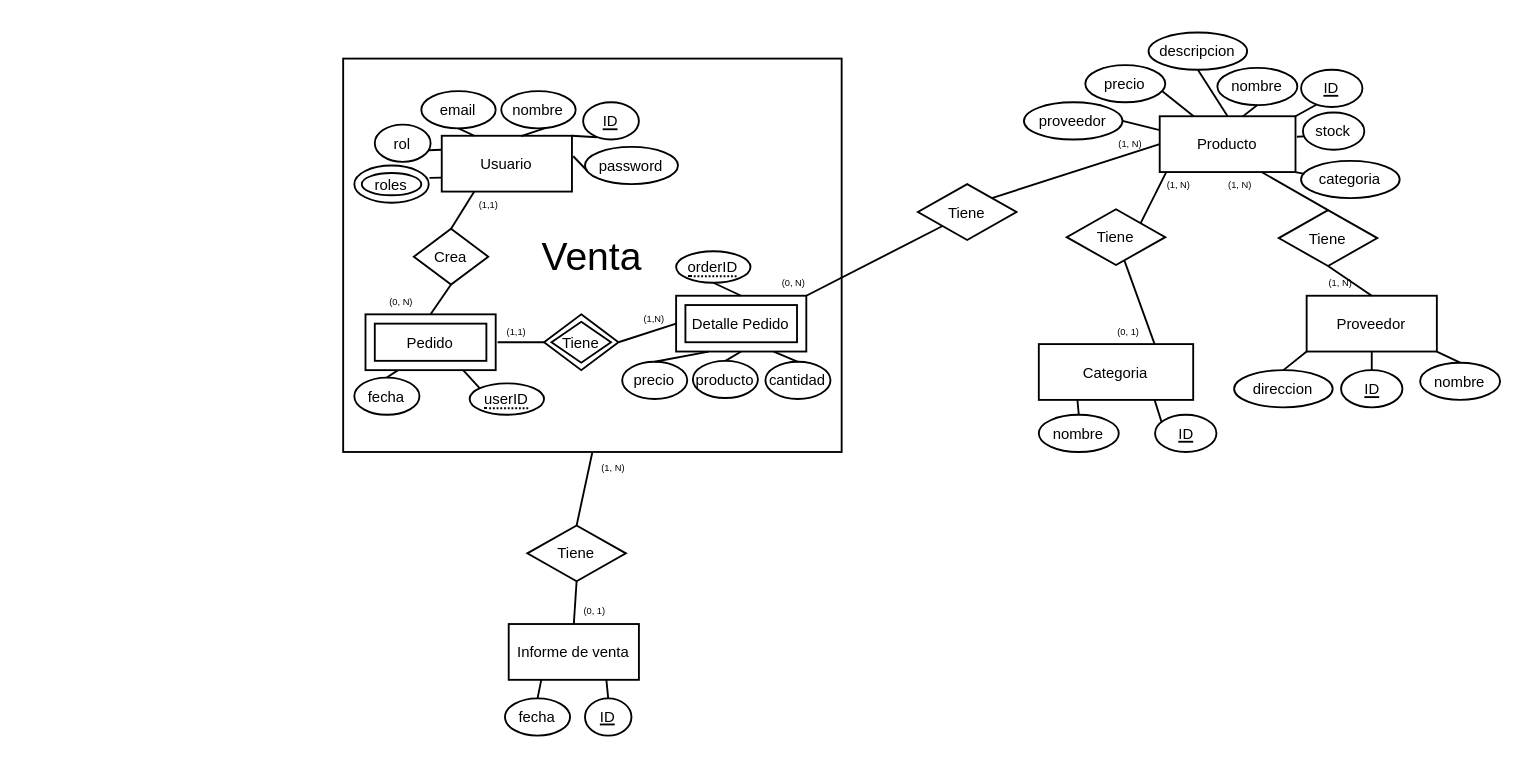
Above: Diagrama sin título.drawio in SergioMir018/Inventario-FE (draw.io), before the change. Source tidied: cells renumbered, new cells numbered last; positions are measured from the earlier drawing's top-left corner, leaving out a move shared by most shapes. Both pictures are drawn from the tidied source at 186%, with x=0, y=0 at pixel (342, 32).
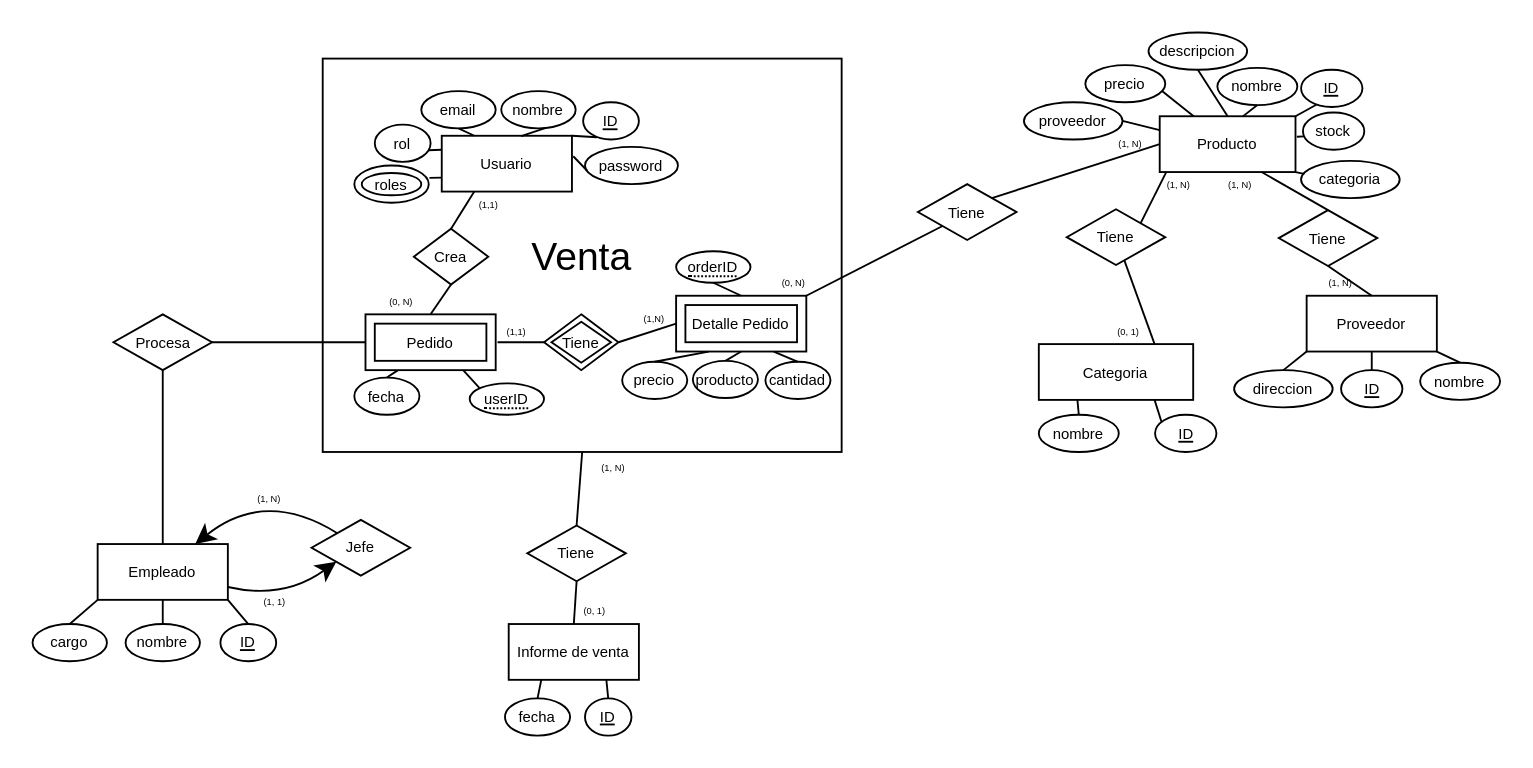
The same diagram, later.

The change refers to these unchanged cells:
```xml
<mxCell id="77" value="Pedido" style="shape=ext;margin=3;double=1;whiteSpace=wrap;html=1;align=center;fontSize=8;shadow=0;" parent="1" vertex="1">
  <mxGeometry x="12" y="151.5" width="70" height="30" as="geometry" />
</mxCell>
```

What changed in the source:
```diff
@@
     <mxCell id="2" value="Venta" style="whiteSpace=wrap;html=1;align=center;fontSize=21;shadow=0;" parent="1" vertex="1">
-      <mxGeometry y="14" width="268" height="211.5" as="geometry" />
+      <mxGeometry x="-11" y="14" width="279" height="211.5" as="geometry" />
     </mxCell>
@@
+    <mxCell id="93" style="edgeStyle=none;curved=1;rounded=0;jettySize=auto;html=1;entryX=0;entryY=1;entryDx=0;entryDy=0;fontSize=12;startSize=8;endSize=8;" parent="1" edge="1" source="94" target="102">
+      <mxGeometry relative="1" as="geometry">
+        <Array as="points">
+          <mxPoint x="-32" y="305" />
+        </Array>
+      </mxGeometry>
+    </mxCell>
+    <mxCell id="94" value="Empleado" style="rounded=0;whiteSpace=wrap;html=1;fontSize=8;labelBackgroundColor=none;shadow=0;" parent="1" vertex="1">
+      <mxGeometry x="-132" y="275" width="70" height="30" as="geometry" />
+    </mxCell>
+    <mxCell id="95" value="&lt;u style=&quot;font-size: 8px;&quot;&gt;ID&lt;/u&gt;" style="ellipse;whiteSpace=wrap;html=1;rounded=0;labelBackgroundColor=none;fontSize=8;shadow=0;" parent="1" vertex="1">
+      <mxGeometry x="-66" y="318" width="30" height="20" as="geometry" />
+    </mxCell>
+    <mxCell id="96" value="&lt;font style=&quot;font-size: 8px;&quot;&gt;nombre&lt;/font&gt;" style="ellipse;whiteSpace=wrap;html=1;rounded=0;labelBackgroundColor=none;fontSize=8;shadow=0;" parent="1" vertex="1">
+      <mxGeometry x="-117" y="318" width="40" height="20" as="geometry" />
+    </mxCell>
+    <mxCell id="97" value="&lt;font style=&quot;font-size: 8px;&quot;&gt;cargo&lt;/font&gt;" style="ellipse;whiteSpace=wrap;html=1;rounded=0;labelBackgroundColor=none;fontSize=8;shadow=0;" parent="1" vertex="1">
+      <mxGeometry x="-167" y="318" width="40" height="20" as="geometry" />
+    </mxCell>
+    <mxCell id="98" style="endArrow=none;html=1;rounded=0;fontSize=12;startSize=8;endSize=8;curved=1;exitX=0.5;exitY=0;exitDx=0;exitDy=0;entryX=0;entryY=1;entryDx=0;entryDy=0;" parent="1" edge="1" source="97" target="94">
+      <mxGeometry relative="1" as="geometry" />
+    </mxCell>
+    <mxCell id="99" style="endArrow=none;html=1;rounded=0;fontSize=12;startSize=8;endSize=8;curved=1;entryX=0.5;entryY=0;entryDx=0;entryDy=0;exitX=1;exitY=1;exitDx=0;exitDy=0;" parent="1" edge="1" source="94" target="95">
+      <mxGeometry relative="1" as="geometry" />
+    </mxCell>
+    <mxCell id="100" style="endArrow=none;html=1;rounded=0;fontSize=12;startSize=8;endSize=8;curved=1;entryX=0.5;entryY=1;entryDx=0;entryDy=0;exitX=0.5;exitY=0;exitDx=0;exitDy=0;" parent="1" edge="1" source="96" target="94">
+      <mxGeometry relative="1" as="geometry" />
+    </mxCell>
+    <mxCell id="101" style="edgeStyle=none;curved=1;rounded=0;jettySize=auto;html=1;entryX=0.75;entryY=0;entryDx=0;entryDy=0;fontSize=12;startSize=8;endSize=8;" parent="1" edge="1" source="102" target="94">
+      <mxGeometry relative="1" as="geometry">
+        <Array as="points">
+          <mxPoint x="-42" y="245" />
+        </Array>
+      </mxGeometry>
+    </mxCell>
+    <mxCell id="102" value="Jefe" style="shape=rhombus;perimeter=rhombusPerimeter;whiteSpace=wrap;html=1;align=center;fontSize=8;shadow=0;" parent="1" vertex="1">
+      <mxGeometry x="-17" y="262" width="53" height="30" as="geometry" />
+    </mxCell>
+    <mxCell id="103" value="&lt;span style=&quot;font-size: 5px;&quot;&gt;(1, N)&lt;/span&gt;" style="text;html=1;align=center;verticalAlign=middle;strokeColor=none;fillColor=none;fontSize=16;shadow=0;" parent="1" vertex="1">
+      <mxGeometry x="-60" y="231.5" width="40" height="30" as="geometry" />
+    </mxCell>
+    <mxCell id="104" value="&lt;span style=&quot;font-size: 5px;&quot;&gt;(1, 1)&lt;/span&gt;" style="text;html=1;align=center;verticalAlign=middle;strokeColor=none;fillColor=none;fontSize=16;shadow=0;" parent="1" vertex="1">
+      <mxGeometry x="-57" y="287" width="40" height="30" as="geometry" />
+    </mxCell>
+    <mxCell id="105" value="Procesa" style="shape=rhombus;perimeter=rhombusPerimeter;whiteSpace=wrap;html=1;align=center;fontSize=8;shadow=0;" parent="1" vertex="1">
+      <mxGeometry x="-123.5" y="151.5" width="53" height="30" as="geometry" />
+    </mxCell>
+    <mxCell id="106" style="endArrow=none;html=1;rounded=0;fontSize=12;startSize=8;endSize=8;curved=1;entryX=0;entryY=0.5;entryDx=0;entryDy=0;exitX=1;exitY=0.5;exitDx=0;exitDy=0;" parent="1" edge="1" source="105" target="77">
+      <mxGeometry relative="1" as="geometry" />
+    </mxCell>
+    <mxCell id="107" style="endArrow=none;html=1;rounded=0;fontSize=12;startSize=8;endSize=8;curved=1;entryX=0.5;entryY=1;entryDx=0;entryDy=0;exitX=0.5;exitY=0;exitDx=0;exitDy=0;" parent="1" edge="1" source="94" target="105">
+      <mxGeometry relative="1" as="geometry" />
+    </mxCell>
```
